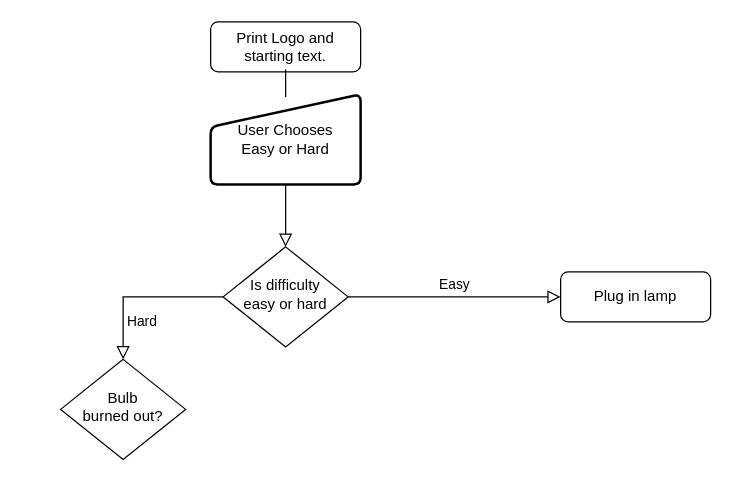
Above: Guess-The-Number.drawio in DavidMeldarion/FlowCharts (draw.io), before the change. Source tidied: cells renumbered, new cells numbered last; positions are measured from the earlier drawing's top-left corner, leaving out a move shared by most shapes. Both pictures are drawn from the tidied source at 125%, with x=0, y=0 at pixel (60, 21).
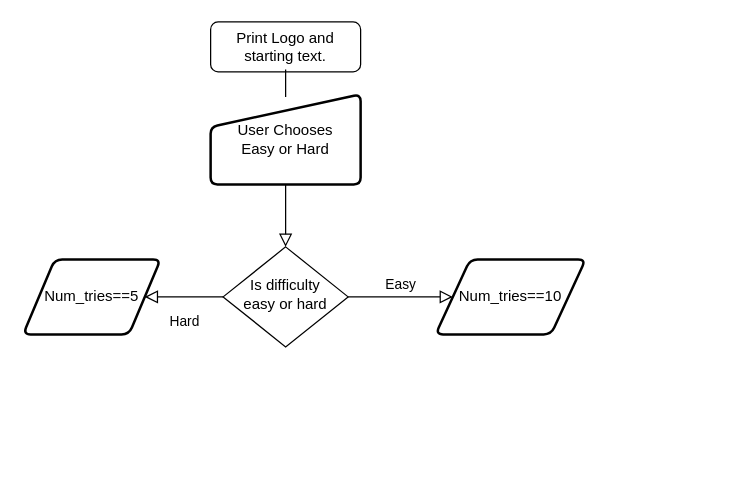
The same page after the edit.

The edit, as a diff of the source:
```diff
@@
 <mxGraphModel>
   <root>
     <mxCell id="0" />
     <mxCell id="1" parent="0" />
     <mxCell id="2" style="rounded=0;html=1;jettySize=auto;fontSize=11;endArrow=block;endFill=0;endSize=8;strokeWidth=1;shadow=0;labelBackgroundColor=none;edgeStyle=orthogonalEdgeStyle;startArrow=none;" parent="1" edge="1" source="9" target="6">
       <mxGeometry relative="1" as="geometry" />
     </mxCell>
     <mxCell id="3" value="Print Logo and starting text." style="rounded=1;whiteSpace=wrap;html=1;fontSize=12;glass=0;strokeWidth=1;shadow=0;" parent="1" vertex="1">
       <mxGeometry x="120" width="120" height="40" as="geometry" />
     </mxCell>
-    <mxCell id="4" value="Hard" style="rounded=0;html=1;jettySize=auto;fontSize=11;endArrow=block;endFill=0;endSize=8;strokeWidth=1;shadow=0;labelBackgroundColor=none;edgeStyle=orthogonalEdgeStyle;exitX=0;exitY=0.5;exitDx=0;exitDy=0;" parent="1" edge="1" source="6" target="8">
+    <mxCell id="4" value="Hard" style="rounded=0;html=1;jettySize=auto;fontSize=11;endArrow=block;endFill=0;endSize=8;strokeWidth=1;shadow=0;labelBackgroundColor=none;edgeStyle=orthogonalEdgeStyle;exitX=0;exitY=0.5;exitDx=0;exitDy=0;" parent="1" edge="1" source="6" target="12">
       <mxGeometry y="20" relative="1" as="geometry" />
     </mxCell>
-    <mxCell id="5" value="Easy" style="edgeStyle=orthogonalEdgeStyle;rounded=0;html=1;jettySize=auto;fontSize=11;endArrow=block;endFill=0;endSize=8;strokeWidth=1;shadow=0;labelBackgroundColor=none;" parent="1" edge="1" source="6" target="7">
+    <mxCell id="5" value="Easy" style="edgeStyle=orthogonalEdgeStyle;rounded=0;html=1;jettySize=auto;fontSize=11;endArrow=block;endFill=0;endSize=8;strokeWidth=1;shadow=0;labelBackgroundColor=none;" parent="1" edge="1" source="6" target="11">
       <mxGeometry y="10" relative="1" as="geometry" />
     </mxCell>
     <mxCell id="6" value="Is difficulty&lt;br&gt;easy or hard" style="rhombus;whiteSpace=wrap;html=1;shadow=0;fontFamily=Helvetica;fontSize=12;align=center;strokeWidth=1;spacing=6;spacingTop=-4;" parent="1" vertex="1">
       <mxGeometry x="130" y="180" width="100" height="80" as="geometry" />
     </mxCell>
-    <mxCell id="7" value="Plug in lamp" style="rounded=1;whiteSpace=wrap;html=1;fontSize=12;glass=0;strokeWidth=1;shadow=0;" parent="1" vertex="1">
-      <mxGeometry x="400" y="200" width="120" height="40" as="geometry" />
-    </mxCell>
-    <mxCell id="8" value="Bulb&lt;br&gt;burned out?" style="rhombus;whiteSpace=wrap;html=1;shadow=0;fontFamily=Helvetica;fontSize=12;align=center;strokeWidth=1;spacing=6;spacingTop=-4;" parent="1" vertex="1">
-      <mxGeometry y="270" width="100" height="80" as="geometry" />
-    </mxCell>
     <mxCell id="9" value="User Chooses&lt;br&gt;Easy or Hard" style="html=1;strokeWidth=2;shape=manualInput;whiteSpace=wrap;rounded=1;size=26;arcSize=11;" parent="1" vertex="1">
       <mxGeometry x="120" y="58" width="120" height="72" as="geometry" />
     </mxCell>
     <mxCell id="10" style="rounded=0;html=1;jettySize=auto;fontSize=11;endArrow=none;endFill=0;endSize=8;strokeWidth=1;shadow=0;labelBackgroundColor=none;edgeStyle=orthogonalEdgeStyle;" parent="1" edge="1" source="3" target="9">
       <mxGeometry relative="1" as="geometry" />
     </mxCell>
+    <mxCell id="11" value="Num_tries==10" style="shape=parallelogram;html=1;strokeWidth=2;perimeter=parallelogramPerimeter;whiteSpace=wrap;rounded=1;arcSize=12;size=0.23;" parent="1" vertex="1">
+      <mxGeometry x="300" y="190" width="120" height="60" as="geometry" />
+    </mxCell>
+    <mxCell id="12" value="&lt;span&gt;Num_tries==5&lt;/span&gt;" style="shape=parallelogram;html=1;strokeWidth=2;perimeter=parallelogramPerimeter;whiteSpace=wrap;rounded=1;arcSize=12;size=0.23;" parent="1" vertex="1">
+      <mxGeometry x="-30" y="190" width="110" height="60" as="geometry" />
+    </mxCell>
   </root>
 </mxGraphModel>
```
